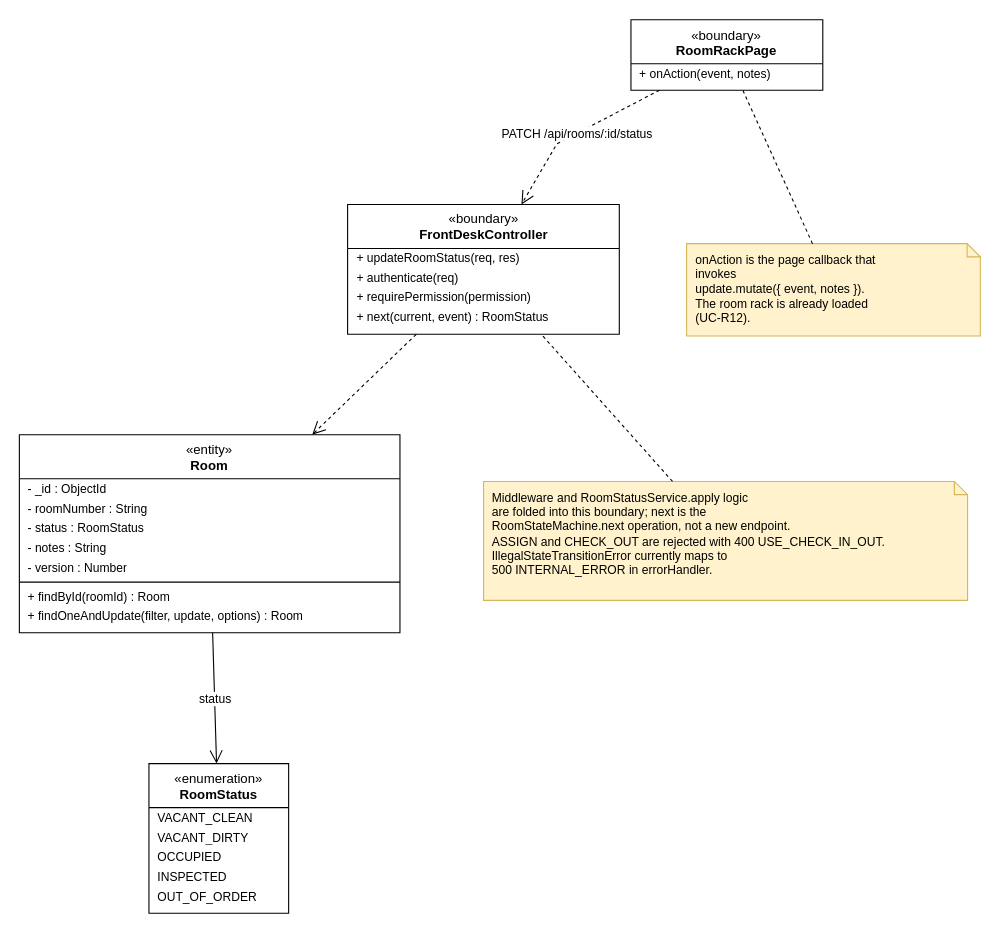
The draw.io diagram final/diagrams/M1_Inventory-And-Pricing_Diagrams/class_diagrams/CD-02_UC-R13_UpdateRoomStatus.drawio in toikobi401/SWD392, before the edit. Source tidied: cells renumbered, new cells numbered last; positions are measured from the earlier drawing's top-left corner, leaving out a move shared by most shapes. Both pictures are drawn from the tidied source at 110%, with x=0, y=0 at pixel (19, 19).
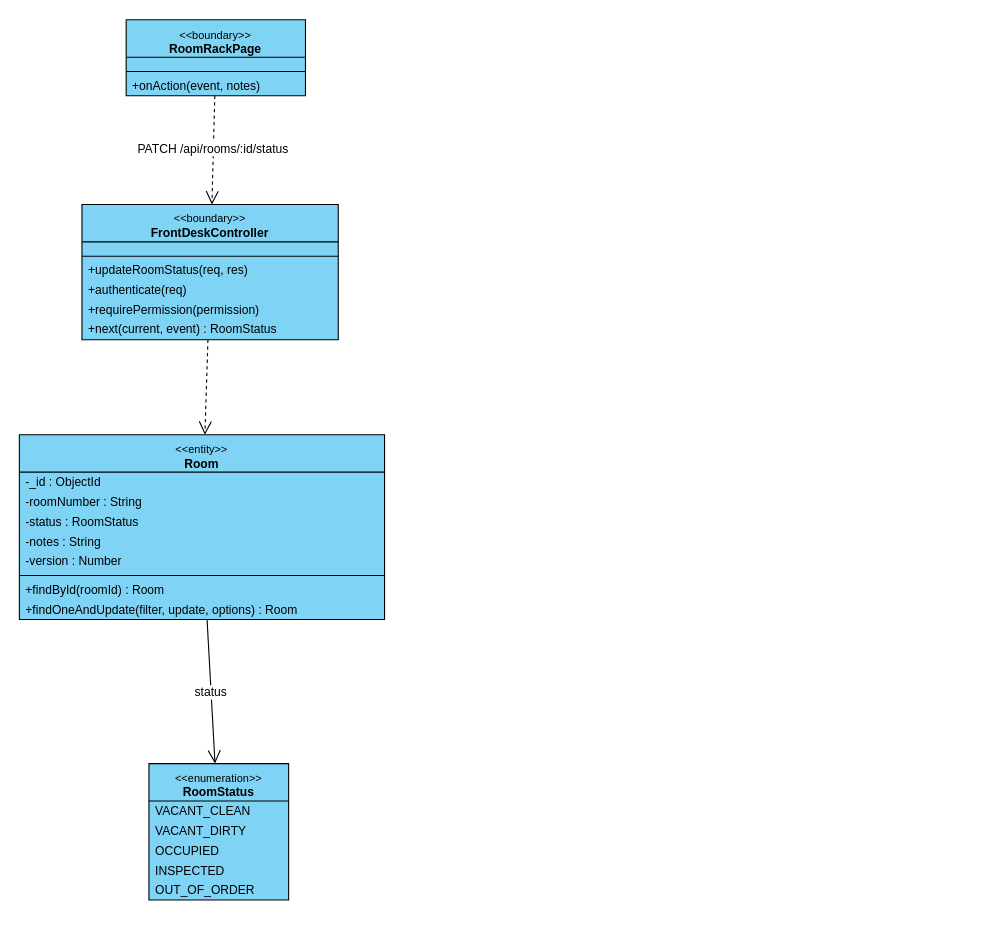
The same diagram, later.

Diff of the diagram source:
```diff
@@
-    <mxCell id="2" value="«boundary»&lt;br&gt;&lt;b&gt;RoomRackPage&lt;/b&gt;" style="swimlane;fontStyle=0;align=center;verticalAlign=top;horizontal=1;startSize=40;html=1;whiteSpace=wrap;fontSize=12;" parent="1" vertex="1">
-      <mxGeometry x="556.1" y="0.5" width="174.4" height="64" as="geometry" />
+    <mxCell id="2" value="&lt;font style=&quot;font-size:10px&quot;&gt;&amp;lt;&amp;lt;boundary&amp;gt;&amp;gt;&lt;/font&gt;&lt;br&gt;&lt;b&gt;RoomRackPage&lt;/b&gt;" style="swimlane;fontStyle=0;align=center;verticalAlign=top;horizontal=1;startSize=34;html=1;whiteSpace=wrap;fontSize=11;fillColor=#7fd3f5;swimlaneFillColor=#7fd3f5;strokeColor=#000000;" parent="1" vertex="1">
+      <mxGeometry x="97.2" y="0.5" width="163" height="69" as="geometry" />
     </mxCell>
+    <mxCell id="31" style="text;strokeColor=none;fillColor=none;html=1;" parent="2" vertex="1">
+      <mxGeometry y="34" width="163" height="9" as="geometry" />
+    </mxCell>
+    <mxCell id="32" style="line;strokeWidth=1;fillColor=none;align=left;verticalAlign=middle;spacingTop=-1;spacingLeft=3;spacingRight=3;labelPosition=right;strokeColor=#000000;" parent="2" vertex="1">
+      <mxGeometry y="43" width="163" height="8" as="geometry" />
+    </mxCell>
-    <mxCell id="3" value="+ onAction(event, notes)" style="text;strokeColor=none;fillColor=none;align=left;verticalAlign=middle;spacingLeft=6;spacingRight=4;overflow=hidden;whiteSpace=nowrap;html=1;fontSize=11;" parent="2" vertex="1">
-      <mxGeometry y="40" width="174.4" height="18" as="geometry" />
+    <mxCell id="3" value="+onAction(event, notes)" style="text;strokeColor=none;fillColor=none;align=left;verticalAlign=middle;spacingLeft=4;spacingRight=4;overflow=hidden;whiteSpace=nowrap;html=1;fontSize=11;" parent="2" vertex="1">
+      <mxGeometry y="51" width="163" height="18" as="geometry" />
     </mxCell>
-    <mxCell id="4" value="«boundary»&lt;br&gt;&lt;b&gt;FrontDeskController&lt;/b&gt;" style="swimlane;fontStyle=0;align=center;verticalAlign=top;horizontal=1;startSize=40;html=1;whiteSpace=wrap;fontSize=12;" parent="1" vertex="1">
-      <mxGeometry x="298.5" y="168.4" width="247" height="118" as="geometry" />
+    <mxCell id="4" value="&lt;font style=&quot;font-size:10px&quot;&gt;&amp;lt;&amp;lt;boundary&amp;gt;&amp;gt;&lt;/font&gt;&lt;br&gt;&lt;b&gt;FrontDeskController&lt;/b&gt;" style="swimlane;fontStyle=0;align=center;verticalAlign=top;horizontal=1;startSize=34;html=1;whiteSpace=wrap;fontSize=11;fillColor=#7fd3f5;swimlaneFillColor=#7fd3f5;strokeColor=#000000;" parent="1" vertex="1">
+      <mxGeometry x="57" y="168.4" width="233" height="123" as="geometry" />
     </mxCell>
+    <mxCell id="33" style="text;strokeColor=none;fillColor=none;html=1;" parent="4" vertex="1">
+      <mxGeometry y="34" width="233" height="9" as="geometry" />
+    </mxCell>
+    <mxCell id="34" style="line;strokeWidth=1;fillColor=none;align=left;verticalAlign=middle;spacingTop=-1;spacingLeft=3;spacingRight=3;labelPosition=right;strokeColor=#000000;" parent="4" vertex="1">
+      <mxGeometry y="43" width="233" height="8" as="geometry" />
+    </mxCell>
-    <mxCell id="5" value="+ updateRoomStatus(req, res)" style="text;strokeColor=none;fillColor=none;align=left;verticalAlign=middle;spacingLeft=6;spacingRight=4;overflow=hidden;whiteSpace=nowrap;html=1;fontSize=11;" parent="4" vertex="1">
-      <mxGeometry y="40" width="247" height="18" as="geometry" />
+    <mxCell id="5" value="+updateRoomStatus(req, res)" style="text;strokeColor=none;fillColor=none;align=left;verticalAlign=middle;spacingLeft=4;spacingRight=4;overflow=hidden;whiteSpace=nowrap;html=1;fontSize=11;" parent="4" vertex="1">
+      <mxGeometry y="51" width="233" height="18" as="geometry" />
     </mxCell>
-    <mxCell id="6" value="+ authenticate(req)" style="text;strokeColor=none;fillColor=none;align=left;verticalAlign=middle;spacingLeft=6;spacingRight=4;overflow=hidden;whiteSpace=nowrap;html=1;fontSize=11;" parent="4" vertex="1">
-      <mxGeometry y="58" width="247" height="18" as="geometry" />
+    <mxCell id="6" value="+authenticate(req)" style="text;strokeColor=none;fillColor=none;align=left;verticalAlign=middle;spacingLeft=4;spacingRight=4;overflow=hidden;whiteSpace=nowrap;html=1;fontSize=11;" parent="4" vertex="1">
+      <mxGeometry y="69" width="233" height="18" as="geometry" />
     </mxCell>
-    <mxCell id="7" value="+ requirePermission(permission)" style="text;strokeColor=none;fillColor=none;align=left;verticalAlign=middle;spacingLeft=6;spacingRight=4;overflow=hidden;whiteSpace=nowrap;html=1;fontSize=11;" parent="4" vertex="1">
-      <mxGeometry y="76" width="247" height="18" as="geometry" />
+    <mxCell id="7" value="+requirePermission(permission)" style="text;strokeColor=none;fillColor=none;align=left;verticalAlign=middle;spacingLeft=4;spacingRight=4;overflow=hidden;whiteSpace=nowrap;html=1;fontSize=11;" parent="4" vertex="1">
+      <mxGeometry y="87" width="233" height="18" as="geometry" />
     </mxCell>
-    <mxCell id="8" value="+ next(current, event) : RoomStatus" style="text;strokeColor=none;fillColor=none;align=left;verticalAlign=middle;spacingLeft=6;spacingRight=4;overflow=hidden;whiteSpace=nowrap;html=1;fontSize=11;" parent="4" vertex="1">
-      <mxGeometry y="94" width="247" height="18" as="geometry" />
+    <mxCell id="8" value="+next(current, event) : RoomStatus" style="text;strokeColor=none;fillColor=none;align=left;verticalAlign=middle;spacingLeft=4;spacingRight=4;overflow=hidden;whiteSpace=nowrap;html=1;fontSize=11;" parent="4" vertex="1">
+      <mxGeometry y="105" width="233" height="18" as="geometry" />
     </mxCell>
-    <mxCell id="9" value="«entity»&lt;br&gt;&lt;b&gt;Room&lt;/b&gt;" style="swimlane;fontStyle=0;align=center;verticalAlign=top;horizontal=1;startSize=40;html=1;whiteSpace=wrap;fontSize=12;" parent="1" vertex="1">
-      <mxGeometry x="0.1" y="377.7" width="346" height="180" as="geometry" />
+    <mxCell id="9" value="&lt;font style=&quot;font-size:10px&quot;&gt;&amp;lt;&amp;lt;entity&amp;gt;&amp;gt;&lt;/font&gt;&lt;br&gt;&lt;b&gt;Room&lt;/b&gt;" style="swimlane;fontStyle=0;align=center;verticalAlign=top;horizontal=1;startSize=34;html=1;whiteSpace=wrap;fontSize=11;fillColor=#7fd3f5;swimlaneFillColor=#7fd3f5;strokeColor=#000000;" parent="1" vertex="1">
+      <mxGeometry x="0.1" y="377.7" width="332" height="168" as="geometry" />
     </mxCell>
-    <mxCell id="10" value="- _id : ObjectId" style="text;strokeColor=none;fillColor=none;align=left;verticalAlign=middle;spacingLeft=6;spacingRight=4;overflow=hidden;whiteSpace=nowrap;html=1;fontSize=11;" parent="9" vertex="1">
-      <mxGeometry y="40" width="346" height="18" as="geometry" />
+    <mxCell id="10" value="-_id : ObjectId" style="text;strokeColor=none;fillColor=none;align=left;verticalAlign=middle;spacingLeft=4;spacingRight=4;overflow=hidden;whiteSpace=nowrap;html=1;fontSize=11;" parent="9" vertex="1">
+      <mxGeometry y="34" width="332" height="18" as="geometry" />
     </mxCell>
-    <mxCell id="11" value="- roomNumber : String" style="text;strokeColor=none;fillColor=none;align=left;verticalAlign=middle;spacingLeft=6;spacingRight=4;overflow=hidden;whiteSpace=nowrap;html=1;fontSize=11;" parent="9" vertex="1">
-      <mxGeometry y="58" width="346" height="18" as="geometry" />
+    <mxCell id="11" value="-roomNumber : String" style="text;strokeColor=none;fillColor=none;align=left;verticalAlign=middle;spacingLeft=4;spacingRight=4;overflow=hidden;whiteSpace=nowrap;html=1;fontSize=11;" parent="9" vertex="1">
+      <mxGeometry y="52" width="332" height="18" as="geometry" />
     </mxCell>
-    <mxCell id="12" value="- status : RoomStatus" style="text;strokeColor=none;fillColor=none;align=left;verticalAlign=middle;spacingLeft=6;spacingRight=4;overflow=hidden;whiteSpace=nowrap;html=1;fontSize=11;" parent="9" vertex="1">
-      <mxGeometry y="76" width="346" height="18" as="geometry" />
+    <mxCell id="12" value="-status : RoomStatus" style="text;strokeColor=none;fillColor=none;align=left;verticalAlign=middle;spacingLeft=4;spacingRight=4;overflow=hidden;whiteSpace=nowrap;html=1;fontSize=11;" parent="9" vertex="1">
+      <mxGeometry y="70" width="332" height="18" as="geometry" />
     </mxCell>
-    <mxCell id="13" value="- notes : String" style="text;strokeColor=none;fillColor=none;align=left;verticalAlign=middle;spacingLeft=6;spacingRight=4;overflow=hidden;whiteSpace=nowrap;html=1;fontSize=11;" parent="9" vertex="1">
-      <mxGeometry y="94" width="346" height="18" as="geometry" />
+    <mxCell id="13" value="-notes : String" style="text;strokeColor=none;fillColor=none;align=left;verticalAlign=middle;spacingLeft=4;spacingRight=4;overflow=hidden;whiteSpace=nowrap;html=1;fontSize=11;" parent="9" vertex="1">
+      <mxGeometry y="88" width="332" height="18" as="geometry" />
     </mxCell>
-    <mxCell id="14" value="- version : Number" style="text;strokeColor=none;fillColor=none;align=left;verticalAlign=middle;spacingLeft=6;spacingRight=4;overflow=hidden;whiteSpace=nowrap;html=1;fontSize=11;" parent="9" vertex="1">
-      <mxGeometry y="112" width="346" height="18" as="geometry" />
+    <mxCell id="14" value="-version : Number" style="text;strokeColor=none;fillColor=none;align=left;verticalAlign=middle;spacingLeft=4;spacingRight=4;overflow=hidden;whiteSpace=nowrap;html=1;fontSize=11;" parent="9" vertex="1">
+      <mxGeometry y="106" width="332" height="18" as="geometry" />
     </mxCell>
-    <mxCell id="15" style="line;strokeWidth=1;fillColor=none;align=left;verticalAlign=middle;spacingTop=-1;spacingLeft=3;spacingRight=3;labelPosition=right;strokeColor=inherit;" parent="9" vertex="1">
-      <mxGeometry y="130" width="346" height="8" as="geometry" />
+    <mxCell id="15" style="line;strokeWidth=1;fillColor=none;align=left;verticalAlign=middle;spacingTop=-1;spacingLeft=3;spacingRight=3;labelPosition=right;strokeColor=#000000;" parent="9" vertex="1">
+      <mxGeometry y="124" width="332" height="8" as="geometry" />
     </mxCell>
-    <mxCell id="16" value="+ findById(roomId) : Room" style="text;strokeColor=none;fillColor=none;align=left;verticalAlign=middle;spacingLeft=6;spacingRight=4;overflow=hidden;whiteSpace=nowrap;html=1;fontSize=11;" parent="9" vertex="1">
-      <mxGeometry y="138" width="346" height="18" as="geometry" />
+    <mxCell id="16" value="+findById(roomId) : Room" style="text;strokeColor=none;fillColor=none;align=left;verticalAlign=middle;spacingLeft=4;spacingRight=4;overflow=hidden;whiteSpace=nowrap;html=1;fontSize=11;" parent="9" vertex="1">
+      <mxGeometry y="132" width="332" height="18" as="geometry" />
     </mxCell>
-    <mxCell id="17" value="+ findOneAndUpdate(filter, update, options) : Room" style="text;strokeColor=none;fillColor=none;align=left;verticalAlign=middle;spacingLeft=6;spacingRight=4;overflow=hidden;whiteSpace=nowrap;html=1;fontSize=11;" parent="9" vertex="1">
-      <mxGeometry y="156" width="346" height="18" as="geometry" />
+    <mxCell id="17" value="+findOneAndUpdate(filter, update, options) : Room" style="text;strokeColor=none;fillColor=none;align=left;verticalAlign=middle;spacingLeft=4;spacingRight=4;overflow=hidden;whiteSpace=nowrap;html=1;fontSize=11;" parent="9" vertex="1">
+      <mxGeometry y="150" width="332" height="18" as="geometry" />
     </mxCell>
-    <mxCell id="18" value="«enumeration»&lt;br&gt;&lt;b&gt;RoomStatus&lt;/b&gt;" style="swimlane;fontStyle=0;align=center;verticalAlign=top;horizontal=1;startSize=40;html=1;whiteSpace=wrap;fontSize=12;" parent="1" vertex="1">
-      <mxGeometry x="117.9" y="676.7" width="127" height="136" as="geometry" />
+    <mxCell id="18" value="&lt;font style=&quot;font-size:10px&quot;&gt;&amp;lt;&amp;lt;enumeration&amp;gt;&amp;gt;&lt;/font&gt;&lt;br&gt;&lt;b&gt;RoomStatus&lt;/b&gt;" style="swimlane;fontStyle=0;align=center;verticalAlign=top;horizontal=1;startSize=34;html=1;whiteSpace=wrap;fontSize=11;fillColor=#7fd3f5;swimlaneFillColor=#7fd3f5;strokeColor=#000000;" parent="1" vertex="1">
+      <mxGeometry x="117.9" y="676.7" width="127" height="124" as="geometry" />
     </mxCell>
-    <mxCell id="19" value="VACANT_CLEAN" style="text;strokeColor=none;fillColor=none;align=left;verticalAlign=middle;spacingLeft=6;spacingRight=4;overflow=hidden;whiteSpace=nowrap;html=1;fontSize=11;" parent="18" vertex="1">
-      <mxGeometry y="40" width="127" height="18" as="geometry" />
+    <mxCell id="19" value="VACANT_CLEAN" style="text;strokeColor=none;fillColor=none;align=left;verticalAlign=middle;spacingLeft=4;spacingRight=4;overflow=hidden;whiteSpace=nowrap;html=1;fontSize=11;" parent="18" vertex="1">
+      <mxGeometry y="34" width="127" height="18" as="geometry" />
     </mxCell>
-    <mxCell id="20" value="VACANT_DIRTY" style="text;strokeColor=none;fillColor=none;align=left;verticalAlign=middle;spacingLeft=6;spacingRight=4;overflow=hidden;whiteSpace=nowrap;html=1;fontSize=11;" parent="18" vertex="1">
-      <mxGeometry y="58" width="127" height="18" as="geometry" />
+    <mxCell id="20" value="VACANT_DIRTY" style="text;strokeColor=none;fillColor=none;align=left;verticalAlign=middle;spacingLeft=4;spacingRight=4;overflow=hidden;whiteSpace=nowrap;html=1;fontSize=11;" parent="18" vertex="1">
+      <mxGeometry y="52" width="127" height="18" as="geometry" />
     </mxCell>
-    <mxCell id="21" value="OCCUPIED" style="text;strokeColor=none;fillColor=none;align=left;verticalAlign=middle;spacingLeft=6;spacingRight=4;overflow=hidden;whiteSpace=nowrap;html=1;fontSize=11;" parent="18" vertex="1">
-      <mxGeometry y="76" width="127" height="18" as="geometry" />
+    <mxCell id="21" value="OCCUPIED" style="text;strokeColor=none;fillColor=none;align=left;verticalAlign=middle;spacingLeft=4;spacingRight=4;overflow=hidden;whiteSpace=nowrap;html=1;fontSize=11;" parent="18" vertex="1">
+      <mxGeometry y="70" width="127" height="18" as="geometry" />
     </mxCell>
-    <mxCell id="22" value="INSPECTED" style="text;strokeColor=none;fillColor=none;align=left;verticalAlign=middle;spacingLeft=6;spacingRight=4;overflow=hidden;whiteSpace=nowrap;html=1;fontSize=11;" parent="18" vertex="1">
-      <mxGeometry y="94" width="127" height="18" as="geometry" />
+    <mxCell id="22" value="INSPECTED" style="text;strokeColor=none;fillColor=none;align=left;verticalAlign=middle;spacingLeft=4;spacingRight=4;overflow=hidden;whiteSpace=nowrap;html=1;fontSize=11;" parent="18" vertex="1">
+      <mxGeometry y="88" width="127" height="18" as="geometry" />
     </mxCell>
-    <mxCell id="23" value="OUT_OF_ORDER" style="text;strokeColor=none;fillColor=none;align=left;verticalAlign=middle;spacingLeft=6;spacingRight=4;overflow=hidden;whiteSpace=nowrap;html=1;fontSize=11;" parent="18" vertex="1">
-      <mxGeometry y="112" width="127" height="18" as="geometry" />
+    <mxCell id="23" value="OUT_OF_ORDER" style="text;strokeColor=none;fillColor=none;align=left;verticalAlign=middle;spacingLeft=4;spacingRight=4;overflow=hidden;whiteSpace=nowrap;html=1;fontSize=11;" parent="18" vertex="1">
+      <mxGeometry y="106" width="127" height="18" as="geometry" />
     </mxCell>
-    <mxCell id="24" value="onAction is the page callback that&lt;br&gt;invokes&lt;br&gt;update.mutate({ event, notes }).&lt;br&gt;The room rack is already loaded&lt;br&gt;(UC-R12)." style="shape=note;whiteSpace=wrap;html=1;size=12;align=left;verticalAlign=top;spacingLeft=6;spacingTop=2;fontSize=11;fillColor=#fff2cc;strokeColor=#d6b656;" parent="1" vertex="1">
-      <mxGeometry x="606.7" y="204" width="267" height="84" as="geometry" />
-    </mxCell>
-    <mxCell id="25" style="endArrow=none;dashed=1;html=1;rounded=0;" parent="1" edge="1" source="24" target="2">
-      <mxGeometry relative="1" as="geometry" />
-    </mxCell>
-    <mxCell id="26" value="Middleware and RoomStatusService.apply logic&lt;br&gt;are folded into this boundary; next is the&lt;br&gt;RoomStateMachine.next operation, not a new endpoint.&lt;br&gt;ASSIGN and CHECK_OUT are rejected with 400 USE_CHECK_IN_OUT.&lt;br&gt;IllegalStateTransitionError currently maps to&lt;br&gt;500 INTERNAL_ERROR in errorHandler." style="shape=note;whiteSpace=wrap;html=1;size=12;align=left;verticalAlign=top;spacingLeft=6;spacingTop=2;fontSize=11;fillColor=#fff2cc;strokeColor=#d6b656;" parent="1" vertex="1">
-      <mxGeometry x="422.1" y="420.2" width="440" height="108.1" as="geometry" />
-    </mxCell>
-    <mxCell id="27" style="endArrow=none;dashed=1;html=1;rounded=0;" parent="1" edge="1" source="26" target="4">
-      <mxGeometry relative="1" as="geometry" />
-    </mxCell>
     <mxCell id="28" value="PATCH /api/rooms/:id/status" style="html=1;rounded=0;fontSize=11;labelBackgroundColor=#ffffff;dashed=1;endArrow=open;endSize=10;" parent="1" edge="1" source="2" target="4">
-      <mxGeometry relative="1" as="geometry">
-        <Array as="points">
-          <mxPoint x="488.8" y="113.2" />
-        </Array>
-      </mxGeometry>
+      <mxGeometry relative="1" as="geometry" />
     </mxCell>
```
